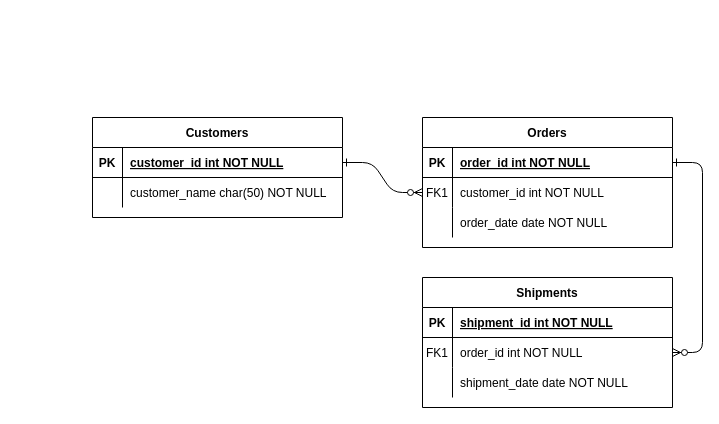
Earlier version of the draw.io diagram 未命名绘图.drawio (mankeheaven/resources). Source tidied: cells renumbered, new cells numbered last; positions are measured from the earlier drawing's top-left corner, leaving out a move shared by most shapes. Both pictures are drawn from the tidied source at 100%, with x=0, y=0 at pixel (92, 117).
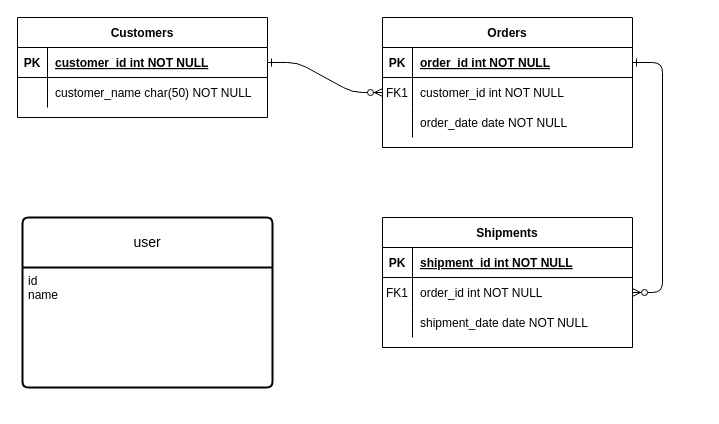
The same page after the edit.

Diff of the diagram source:
```diff
@@
     <mxCell id="4" value="Orders" style="shape=table;startSize=30;childLayout=tableLayout;rowLines=0;fontStyle=1;align=center;" parent="1" vertex="1">
-      <mxGeometry x="330" width="250" height="130" as="geometry" />
+      <mxGeometry x="290" y="-100" width="250" height="130" as="geometry" />
     </mxCell>
@@
     <mxCell id="14" value="Shipments" style="shape=table;startSize=30;childLayout=tableLayout;rowLines=0;fontStyle=1;align=center;" parent="1" vertex="1">
-      <mxGeometry x="330" y="160" width="250" height="130" as="geometry" />
+      <mxGeometry x="290" y="100" width="250" height="130" as="geometry" />
     </mxCell>
@@
     <mxCell id="24" value="Customers" style="shape=table;startSize=30;childLayout=tableLayout;rowLines=0;fontStyle=1;align=center;" parent="1" vertex="1">
-      <mxGeometry width="250" height="100" as="geometry" />
+      <mxGeometry x="-75" y="-100" width="250" height="100" as="geometry" />
     </mxCell>
@@
+    <mxCell id="31" value="user" style="swimlane;horizontal=1;startSize=50;rounded=1;fontSize=14;fontStyle=0;strokeWidth=2;shadow=0;dashed=0;align=center;arcSize=4;whiteSpace=wrap;html=1;" parent="1" vertex="1">
+      <mxGeometry x="-70" y="100" width="250" height="170" as="geometry" />
+    </mxCell>
+    <mxCell id="32" value="id&lt;br&gt;name" style="align=left;strokeColor=none;fillColor=none;spacingLeft=4;fontSize=12;verticalAlign=top;html=1;" parent="31" vertex="1">
+      <mxGeometry y="50" width="250" height="120" as="geometry" />
+    </mxCell>
```
